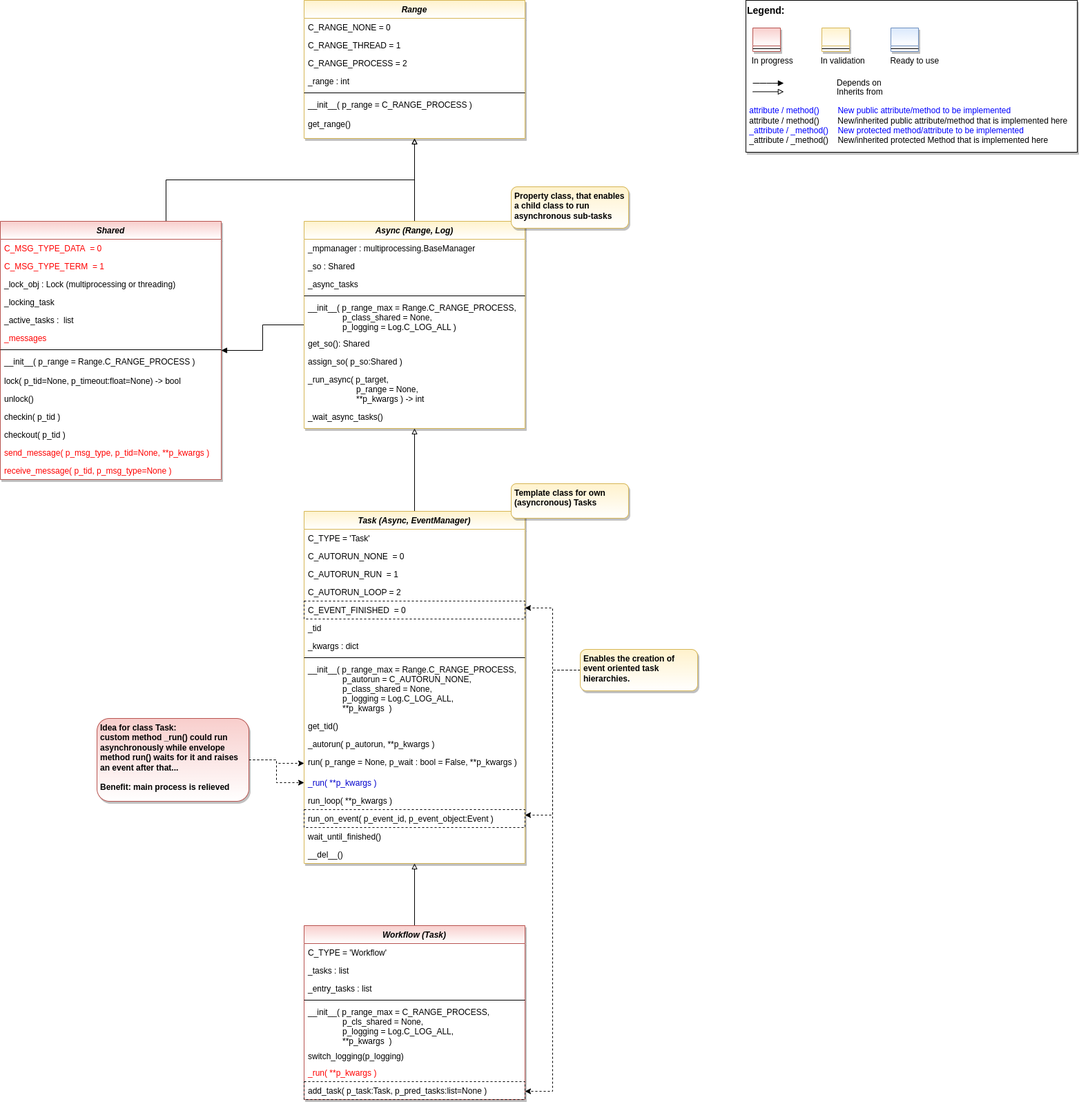
Earlier version of the draw.io export doc/rtd/content/append2/core/images/bf/MLPro-BF-MT_class_diagram.drawio.png (fhswf/MLPro). Source tidied: cells renumbered, new cells last; positions are measured from the earlier drawing's top-left corner, leaving out a move shared by most shapes.
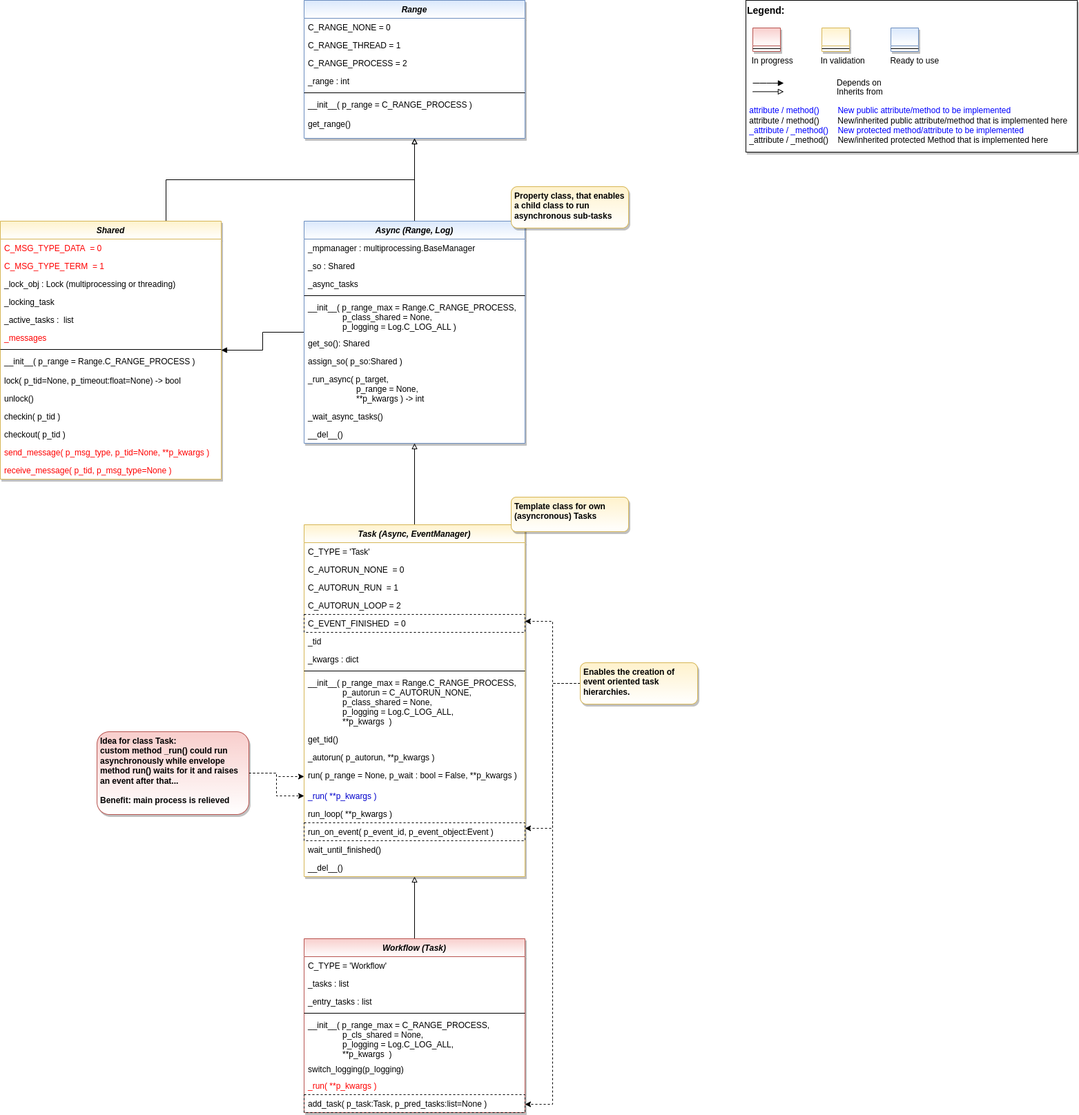
After the change.

Diff of the diagram source:
```diff
@@ -51,7 +51,7 @@
         </Array>
       </mxGeometry>
     </mxCell>
-    <mxCell id="13" value="Shared" style="swimlane;fontStyle=3;align=center;verticalAlign=top;horizontal=1;startSize=26;rounded=0;shadow=1;strokeWidth=1;fillColor=#f8cecc;strokeColor=#b85450;glass=0;swimlaneFillColor=#ffffff;gradientColor=#FFFFFF;" parent="1" vertex="1">
+    <mxCell id="13" value="Shared" style="swimlane;fontStyle=3;align=center;verticalAlign=top;horizontal=1;startSize=26;rounded=0;shadow=1;strokeWidth=1;fillColor=#fff2cc;strokeColor=#d6b656;glass=0;swimlaneFillColor=#ffffff;gradientColor=#FFFFFF;" parent="1" vertex="1">
       <mxGeometry y="320" width="320" height="374" as="geometry" />
     </mxCell>
     <mxCell id="14" value="C_MSG_TYPE_DATA  = 0" style="text;align=left;verticalAlign=top;spacingLeft=4;spacingRight=4;overflow=hidden;fontColor=#FF0000;" parent="13" vertex="1">
@@ -102,8 +102,8 @@
     <mxCell id="29" style="edgeStyle=orthogonalEdgeStyle;rounded=0;jettySize=auto;html=1;fontColor=default;endArrow=block;endFill=0;" parent="1" edge="1" source="30" target="74">
       <mxGeometry relative="1" as="geometry" />
     </mxCell>
-    <mxCell id="30" value="Async (Range, Log)" style="swimlane;fontStyle=3;align=center;verticalAlign=top;horizontal=1;startSize=26;rounded=0;shadow=1;strokeWidth=1;fillColor=#fff2cc;strokeColor=#d6b656;glass=0;swimlaneFillColor=#ffffff;gradientColor=#FFFFFF;" parent="1" vertex="1">
-      <mxGeometry x="440" y="320" width="320" height="300" as="geometry" />
+    <mxCell id="30" value="Async (Range, Log)" style="swimlane;fontStyle=3;align=center;verticalAlign=top;horizontal=1;startSize=26;rounded=0;shadow=1;strokeWidth=1;fillColor=#dae8fc;strokeColor=#6c8ebf;glass=0;swimlaneFillColor=#ffffff;gradientColor=#FFFFFF;" parent="1" vertex="1">
+      <mxGeometry x="440" y="320" width="320" height="322" as="geometry" />
     </mxCell>
     <mxCell id="31" value="_mpmanager : multiprocessing.BaseManager" style="text;align=left;verticalAlign=top;spacingLeft=4;spacingRight=4;overflow=hidden;fontColor=default;" parent="30" vertex="1">
       <mxGeometry y="26" width="320" height="26" as="geometry" />
@@ -132,6 +132,9 @@
     <mxCell id="39" value="_wait_async_tasks()" style="text;align=left;verticalAlign=top;spacingLeft=4;spacingRight=4;overflow=hidden;fontColor=default;" parent="30" vertex="1">
       <mxGeometry y="270" width="320" height="26" as="geometry" />
     </mxCell>
+    <mxCell id="86" value="__del__()" style="text;align=left;verticalAlign=top;spacingLeft=4;spacingRight=4;overflow=hidden;fontColor=default;" parent="30" vertex="1">
+      <mxGeometry y="296" width="320" height="26" as="geometry" />
+    </mxCell>
     <mxCell id="40" value="Property class, that enables a child class to run asynchronous sub-tasks" style="rounded=1;whiteSpace=wrap;html=1;fillColor=#fff2cc;strokeColor=#d6b656;shadow=1;gradientColor=#ffffff;fontStyle=1;align=left;verticalAlign=top;spacingRight=3;spacingLeft=3;" parent="1" vertex="1">
       <mxGeometry x="740" y="270" width="170" height="60" as="geometry" />
     </mxCell>
@@ -139,7 +142,7 @@
       <mxGeometry relative="1" as="geometry" />
     </mxCell>
     <mxCell id="42" value="Task (Async, EventManager)" style="swimlane;fontStyle=3;align=center;verticalAlign=top;horizontal=1;startSize=26;rounded=0;shadow=1;strokeWidth=1;fillColor=#fff2cc;strokeColor=#d6b656;glass=0;swimlaneFillColor=#ffffff;gradientColor=#FFFFFF;" parent="1" vertex="1">
-      <mxGeometry x="440" y="740" width="320" height="510" as="geometry" />
+      <mxGeometry x="440" y="760" width="320" height="510" as="geometry" />
     </mxCell>
     <mxCell id="43" value="C_TYPE = 'Task'" style="text;align=left;verticalAlign=top;spacingLeft=4;spacingRight=4;overflow=hidden;" parent="42" vertex="1">
       <mxGeometry y="26" width="320" height="26" as="geometry" />
@@ -196,7 +199,7 @@
       <mxGeometry relative="1" as="geometry" />
     </mxCell>
     <mxCell id="61" value="Workflow (Task)" style="swimlane;fontStyle=3;align=center;verticalAlign=top;horizontal=1;startSize=26;rounded=0;shadow=1;strokeWidth=1;fillColor=#f8cecc;strokeColor=#b85450;glass=0;swimlaneFillColor=#ffffff;gradientColor=#FFFFFF;" parent="1" vertex="1">
-      <mxGeometry x="440" y="1340" width="320" height="252" as="geometry" />
+      <mxGeometry x="440" y="1360" width="320" height="252" as="geometry" />
     </mxCell>
     <mxCell id="62" value="C_TYPE = 'Workflow'" style="text;align=left;verticalAlign=top;spacingLeft=4;spacingRight=4;overflow=hidden;" parent="61" vertex="1">
       <mxGeometry y="26" width="320" height="26" as="geometry" />
@@ -225,31 +228,31 @@
     <mxCell id="70" style="edgeStyle=orthogonalEdgeStyle;rounded=0;jettySize=auto;html=1;fontColor=#FF0000;exitX=0;exitY=0.5;exitDx=0;exitDy=0;dashed=1;" parent="1" edge="1" source="73" target="57">
       <mxGeometry relative="1" as="geometry">
         <Array as="points">
-          <mxPoint x="800" y="970" />
-          <mxPoint x="800" y="1180" />
+          <mxPoint x="800" y="990" />
+          <mxPoint x="800" y="1200" />
         </Array>
       </mxGeometry>
     </mxCell>
     <mxCell id="71" style="edgeStyle=orthogonalEdgeStyle;rounded=0;jettySize=auto;html=1;fontColor=#FF0000;exitX=0;exitY=0.5;exitDx=0;exitDy=0;dashed=1;" parent="1" edge="1" source="73" target="47">
       <mxGeometry relative="1" as="geometry">
         <Array as="points">
-          <mxPoint x="800" y="970" />
-          <mxPoint x="800" y="880" />
+          <mxPoint x="800" y="990" />
+          <mxPoint x="800" y="900" />
         </Array>
       </mxGeometry>
     </mxCell>
     <mxCell id="72" style="edgeStyle=orthogonalEdgeStyle;rounded=0;jettySize=auto;html=1;dashed=1;fontColor=#FF0000;" parent="1" edge="1" source="73" target="69">
       <mxGeometry relative="1" as="geometry">
         <Array as="points">
-          <mxPoint x="800" y="970" />
-          <mxPoint x="800" y="1580" />
+          <mxPoint x="800" y="990" />
+          <mxPoint x="800" y="1600" />
         </Array>
       </mxGeometry>
     </mxCell>
     <mxCell id="73" value="Enables the creation of event oriented task hierarchies." style="rounded=1;whiteSpace=wrap;html=1;fillColor=#fff2cc;strokeColor=#d6b656;shadow=1;gradientColor=#ffffff;fontStyle=1;align=left;verticalAlign=top;spacingRight=3;spacingLeft=3;" parent="1" vertex="1">
-      <mxGeometry x="840" y="940" width="170" height="60" as="geometry" />
+      <mxGeometry x="840" y="960" width="170" height="60" as="geometry" />
     </mxCell>
-    <mxCell id="74" value="Range" style="swimlane;fontStyle=3;align=center;verticalAlign=top;horizontal=1;startSize=26;rounded=0;shadow=1;strokeWidth=1;fillColor=#fff2cc;strokeColor=#d6b656;glass=0;swimlaneFillColor=#ffffff;gradientColor=#FFFFFF;" parent="1" vertex="1">
+    <mxCell id="74" value="Range" style="swimlane;fontStyle=3;align=center;verticalAlign=top;horizontal=1;startSize=26;rounded=0;shadow=1;strokeWidth=1;fillColor=#dae8fc;strokeColor=#6c8ebf;glass=0;swimlaneFillColor=#ffffff;gradientColor=#FFFFFF;" parent="1" vertex="1">
       <mxGeometry x="440" width="320" height="200" as="geometry" />
     </mxCell>
     <mxCell id="75" value="C_RANGE_NONE = 0" style="text;align=left;verticalAlign=top;spacingLeft=4;spacingRight=4;overflow=hidden;" parent="74" vertex="1">
@@ -274,7 +277,7 @@
       <mxGeometry y="166" width="320" height="34" as="geometry" />
     </mxCell>
     <mxCell id="82" value="Template class for own (asyncronous) Tasks" style="rounded=1;whiteSpace=wrap;html=1;fillColor=#fff2cc;strokeColor=#d6b656;shadow=1;gradientColor=#ffffff;fontStyle=1;align=left;verticalAlign=top;spacingRight=3;spacingLeft=3;" parent="1" vertex="1">
-      <mxGeometry x="740" y="700" width="170" height="50" as="geometry" />
+      <mxGeometry x="740" y="720" width="170" height="50" as="geometry" />
     </mxCell>
     <mxCell id="83" style="edgeStyle=orthogonalEdgeStyle;rounded=0;jettySize=auto;html=1;dashed=1;" parent="1" edge="1" source="85" target="55">
       <mxGeometry relative="1" as="geometry" />
@@ -283,7 +286,7 @@
       <mxGeometry relative="1" as="geometry" />
     </mxCell>
     <mxCell id="85" value="Idea for class Task:&lt;br&gt;custom method _run() could run asynchronously while envelope method run() waits for it and raises an event after that...&lt;br&gt;&lt;br&gt;Benefit: main process is relieved" style="rounded=1;whiteSpace=wrap;html=1;fillColor=#f8cecc;strokeColor=#b85450;shadow=1;fontStyle=1;align=left;verticalAlign=top;spacingRight=3;spacingLeft=3;gradientColor=#FFFFFF;" parent="1" vertex="1">
-      <mxGeometry x="140" y="1040" width="220" height="120" as="geometry" />
+      <mxGeometry x="140" y="1060" width="220" height="120" as="geometry" />
     </mxCell>
   </root>
 </mxGraphModel>
```
